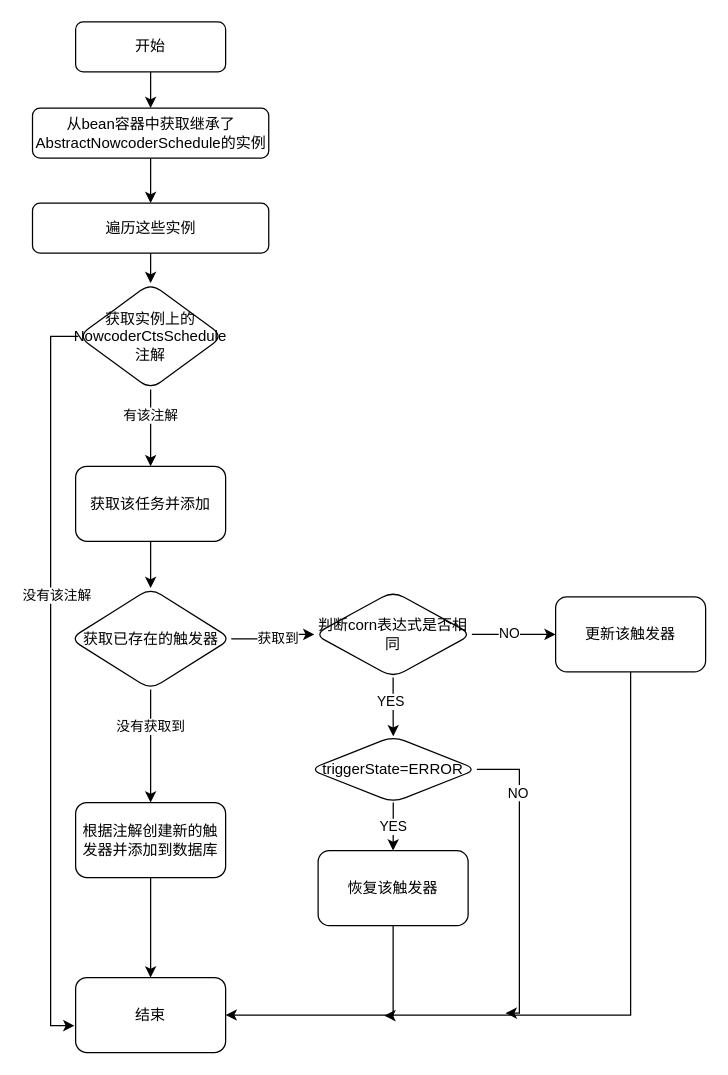
Earlier version of the draw.io diagram Untitled Diagram.drawio (IrvingLiang/Demo). Source tidied: cells renumbered, new cells numbered last; positions are measured from the earlier drawing's top-left corner, leaving out a move shared by most shapes. Both pictures are drawn from the tidied source at 125%, with x=0, y=0 at pixel (32, 21).
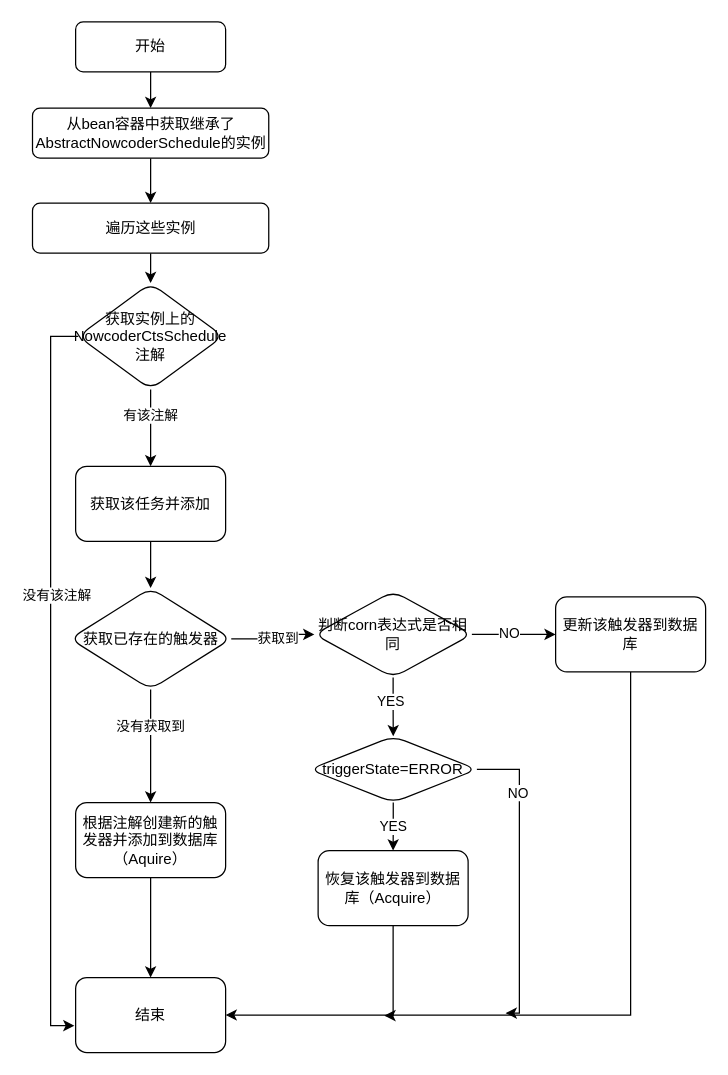
After the change.

What changed in the source:
```diff
@@
-    <mxCell id="21" value="根据注解创建新的触发器并添加到数据库" style="whiteSpace=wrap;html=1;rounded=1;shadow=0;strokeWidth=1;glass=0;" parent="1" vertex="1">
+    <mxCell id="21" value="根据注解创建新的触发器并添加到数据库（Aquire）" style="whiteSpace=wrap;html=1;rounded=1;shadow=0;strokeWidth=1;glass=0;" parent="1" vertex="1">
       <mxGeometry x="34" y="624.5" width="120" height="60" as="geometry" />
     </mxCell>
@@
-    <mxCell id="28" value="恢复该触发器" style="whiteSpace=wrap;html=1;rounded=1;shadow=0;strokeWidth=1;glass=0;" parent="1" vertex="1">
+    <mxCell id="28" value="恢复该触发器到数据库（Acquire）" style="whiteSpace=wrap;html=1;rounded=1;shadow=0;strokeWidth=1;glass=0;" parent="1" vertex="1">
       <mxGeometry x="228" y="663" width="120" height="60" as="geometry" />
     </mxCell>
@@
-    <mxCell id="30" value="更新该触发器" style="whiteSpace=wrap;html=1;rounded=1;shadow=0;strokeWidth=1;glass=0;" parent="1" vertex="1">
+    <mxCell id="30" value="更新该触发器到数据库" style="whiteSpace=wrap;html=1;rounded=1;shadow=0;strokeWidth=1;glass=0;" parent="1" vertex="1">
       <mxGeometry x="418" y="460" width="120" height="60" as="geometry" />
     </mxCell>
```
